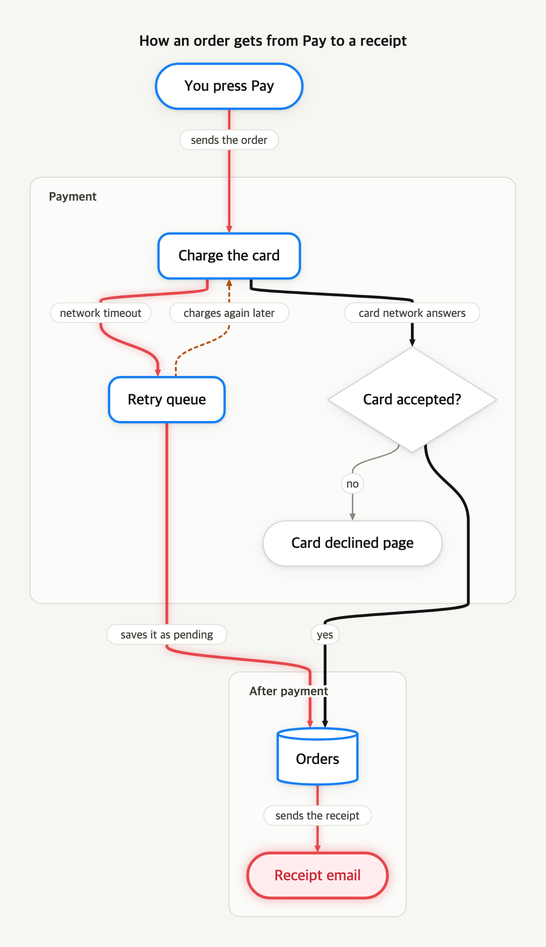
Above: skills/design/flowmap/examples/checkout/checkout.png in YLynnLee/lynn-skills (Mermaid), before the change. Its source is kept beside it as skills/design/flowmap/examples/checkout/checkout.mmd.
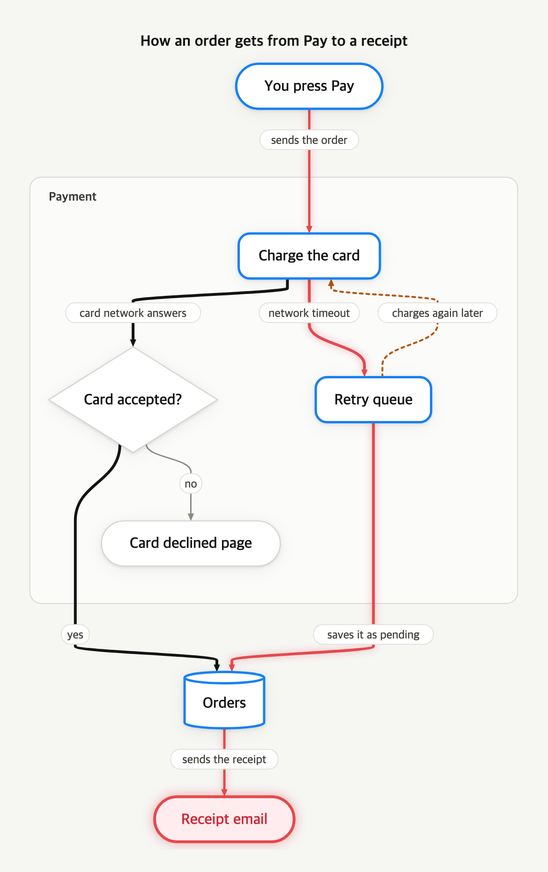
Later version of the same file.

What changed in the source:
```diff
@@ -9,10 +9,8 @@
     n_check{"Card accepted?"}
     n_declined(["Card declined page"])
   end
-  subgraph g_after["After payment"]
-    n_orders[("Orders")]
-    n_receipt(["Receipt email"])
-  end
+  n_orders[("Orders")]
+  n_receipt(["Receipt email"])
   n_cart ==>|"sends the order"| n_pay
   n_pay ==>|"card network answers"| n_check
   n_pay -->|"network timeout"| n_retry
```
